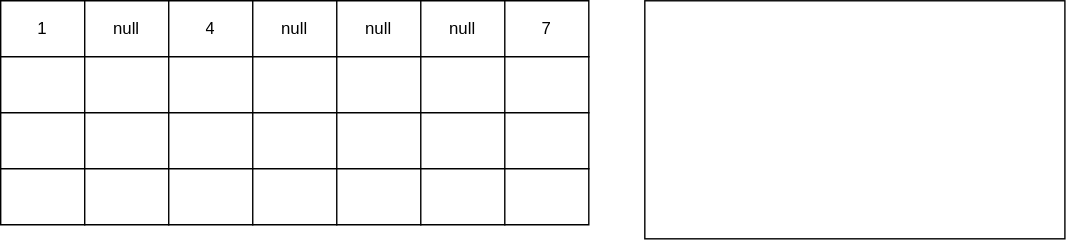
Before: База/Структуры данных/1. Хранить и организовывать наборы данных/1.3. Хранить данные в виде иерархии/Дерево (Tree)/show-tree.drawio.svg, a diagram exported from draw.io (kosukhin/catalog). Source tidied: cells renumbered, new cells last; positions are measured from the earlier drawing's top-left corner, leaving out a move shared by most shapes.
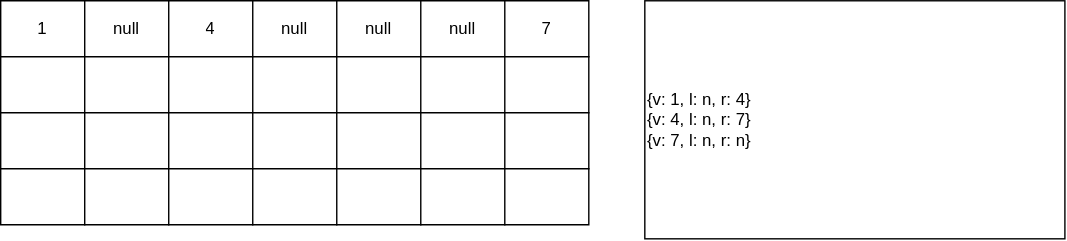
After the change.

Change to the diagram source:
```diff
@@ -1,4 +1,4 @@
-<mxGraphModel>
+<mxGraphModel background="light-dark(#FFFFFF,#FFFFFF)">
   <root>
     <mxCell id="0" />
     <mxCell id="1" parent="0" />
@@ -101,7 +101,7 @@
     <mxCell id="34" style="shape=partialRectangle;html=1;whiteSpace=wrap;strokeColor=inherit;overflow=hidden;fillColor=none;" parent="27" vertex="1">
       <mxGeometry x="360" width="60" height="40" as="geometry" />
     </mxCell>
-    <mxCell id="35" style="rounded=0;whiteSpace=wrap;html=1;align=left;" parent="1" vertex="1">
+    <mxCell id="35" value="{v: 1, l: n, r: 4}&lt;div&gt;{v: 4, l: n, r: 7}&lt;/div&gt;&lt;div&gt;{v: 7, l: n, r: n}&lt;/div&gt;" style="rounded=0;whiteSpace=wrap;html=1;align=left;" parent="1" vertex="1">
       <mxGeometry x="460" width="300" height="170" as="geometry" />
     </mxCell>
   </root>
```
